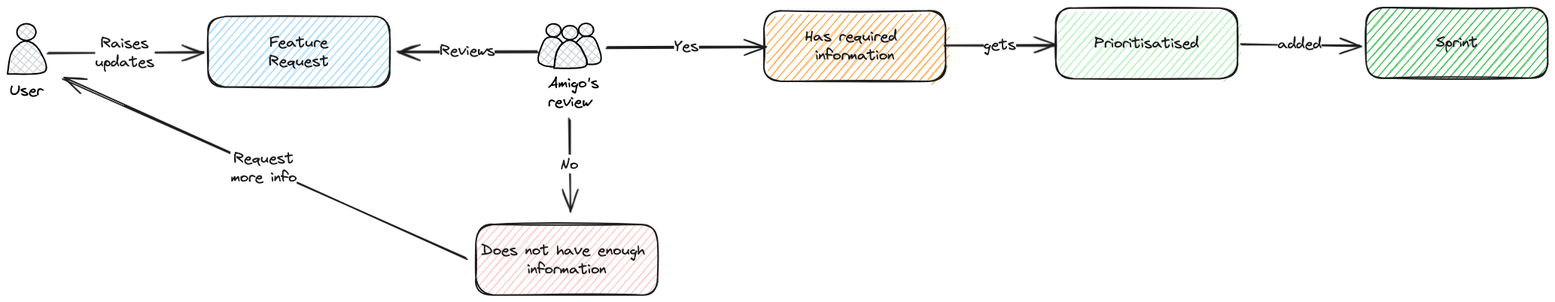
ministryofjustice/analytical-platform keeps this Excalidraw diagram as source/documentation/platform/team-processes/images/feature-request-flow.excalidraw.png. Above is the earlier version. Source tidied: one line per element, renumbered; positions are measured from the earlier drawing's top-left corner, leaving out a move shared by most shapes. Source of this version:
```json
{"id": 0, "type": "text", "text": "User", "strokeColor": "#000000", "backgroundColor": "white", "fillStyle": "solid", "strokeWidth": 1, "roughness": 1, "fontSize": 20, "fontFamily": 1, "x": 3, "y": 189, "width": 45, "height": 25}
{"id": 1, "type": "line", "strokeColor": "#000000", "backgroundColor": "#ced4da", "fillStyle": "cross-hatch", "strokeWidth": 2, "roughness": 0, "round": true, "x": 0, "y": 179, "width": 49, "height": 44, "points": [[0, 0], [6, -29], [24, -44], [42, -32], [49, -3], [0, 0]]}
{"id": 2, "type": "ellipse", "strokeColor": "#000000", "backgroundColor": "#ced4da", "fillStyle": "cross-hatch", "strokeWidth": 2, "roughness": 0, "x": 12, "y": 113, "width": 25, "height": 22}
{"id": 3, "type": "arrow", "strokeColor": "#1e1e1e", "strokeWidth": 2, "roughness": 1, "endArrowhead": "arrow", "round": true, "to": 5, "x": 53, "y": 153, "width": 206, "height": 3, "points": [[0, 0], [206, -3]]}
{"id": 4, "type": "text", "text": "Raises\nupdates", "strokeColor": "#1e1e1e", "strokeWidth": 2, "roughness": 1, "fontSize": 20, "fontFamily": 1, "textAlign": "center", "verticalAlign": "middle", "inside": 3, "x": 116, "y": 126, "width": 79, "height": 50}
{"id": 5, "type": "rectangle", "strokeColor": "#1e1e1e", "backgroundColor": "#a5d8ff", "fillStyle": "hachure", "strokeWidth": 2, "roughness": 1, "round": true, "x": 266, "y": 103, "width": 241, "height": 94}
{"id": 6, "type": "text", "text": "Feature\nRequest", "strokeColor": "#1e1e1e", "strokeWidth": 2, "roughness": 1, "fontSize": 20, "fontFamily": 1, "textAlign": "center", "verticalAlign": "middle", "inside": 5, "x": 347, "y": 125, "width": 80, "height": 50}
{"id": 7, "type": "rectangle", "strokeColor": "#1e1e1e", "backgroundColor": "#40c057", "fillStyle": "hachure", "strokeWidth": 2, "roughness": 1, "round": true, "x": 1805, "y": 91, "width": 241, "height": 94}
{"id": 8, "type": "text", "text": "Sprint", "strokeColor": "#1e1e1e", "strokeWidth": 2, "roughness": 1, "fontSize": 20, "fontFamily": 1, "textAlign": "center", "verticalAlign": "middle", "inside": 7, "x": 1898, "y": 126, "width": 56, "height": 25}
{"id": 9, "type": "text", "text": "Amigo's\nreview", "strokeColor": "#000000", "backgroundColor": "white", "fillStyle": "solid", "strokeWidth": 1, "roughness": 1, "fontSize": 20, "fontFamily": 1, "x": 718, "y": 179, "width": 67, "height": 50}
{"id": 10, "type": "ellipse", "strokeColor": "#000000", "backgroundColor": "#ced4da", "fillStyle": "cross-hatch", "strokeWidth": 2, "roughness": 0, "x": 759, "y": 112, "width": 20, "height": 17}
{"id": 11, "type": "ellipse", "strokeColor": "#000000", "backgroundColor": "#ced4da", "fillStyle": "cross-hatch", "strokeWidth": 2, "roughness": 0, "x": 716, "y": 113, "width": 20, "height": 17}
{"id": 12, "type": "line", "strokeColor": "#000000", "backgroundColor": "#ced4da", "fillStyle": "cross-hatch", "strokeWidth": 2, "roughness": 0, "round": true, "x": 726, "y": 172, "width": 42, "height": 37, "points": [[0, 0], [5, -25], [20, -37], [35, -27], [42, -3], [0, 0]]}
{"id": 13, "type": "ellipse", "strokeColor": "#000000", "backgroundColor": "#ced4da", "fillStyle": "cross-hatch", "strokeWidth": 2, "roughness": 0, "x": 737, "y": 115, "width": 21, "height": 19}
{"id": 14, "type": "line", "strokeColor": "#000000", "backgroundColor": "#ced4da", "fillStyle": "cross-hatch", "strokeWidth": 2, "roughness": 0, "round": true, "x": 755, "y": 138, "width": 33, "height": 37, "points": [[0, 0], [5, -6], [10, -8], [17, -9], [22, -8], [26, -4], [28, 2], [31, 8], [33, 14], [33, 20], [33, 25], [29, 27], [25, 28], [19, 29], [15, 28], [14, 22], [13, 19], [10, 13], [6, 6], [0, 0]]}
{"id": 15, "type": "line", "strokeColor": "#000000", "backgroundColor": "#ced4da", "fillStyle": "cross-hatch", "strokeWidth": 2, "roughness": 0, "round": true, "x": 737, "y": 138, "width": 32, "height": 39, "points": [[0, 0], [-4, -4], [-8, -7], [-16, -8], [-21, -6], [-25, -2], [-27, 3], [-29, 9], [-31, 16], [-32, 21], [-31, 26], [-28, 28], [-24, 30], [-18, 31], [-11, 31], [-10, 24], [-10, 21], [-8, 15], [-5, 7], [0, 0]]}
{"id": 16, "type": "arrow", "strokeColor": "#1e1e1e", "strokeWidth": 2, "roughness": 1, "endArrowhead": "arrow", "round": true, "to": 5, "x": 704, "y": 149, "width": 186, "height": 0, "points": [[0, 0], [-186, 0]]}
{"id": 17, "type": "text", "text": "Reviews", "strokeColor": "#1e1e1e", "strokeWidth": 2, "roughness": 1, "fontSize": 20, "fontFamily": 1, "textAlign": "center", "verticalAlign": "middle", "inside": 16, "x": 347, "y": 0, "width": 73, "height": 25}
{"id": 18, "type": "rectangle", "strokeColor": "#1e1e1e", "backgroundColor": "#b2f2bb", "fillStyle": "hachure", "strokeWidth": 2, "roughness": 1, "round": true, "x": 1393, "y": 92, "width": 241, "height": 94}
{"id": 19, "type": "text", "text": "Prioritisatised", "strokeColor": "#1e1e1e", "strokeWidth": 2, "roughness": 1, "fontSize": 20, "fontFamily": 1, "textAlign": "center", "verticalAlign": "middle", "inside": 18, "x": 1444, "y": 126, "width": 139, "height": 25}
{"id": 20, "type": "rectangle", "strokeColor": "#1e1e1e", "backgroundColor": "#ffa94d", "fillStyle": "hachure", "strokeWidth": 2, "roughness": 1, "round": true, "x": 1005, "y": 95, "width": 241, "height": 94}
{"id": 21, "type": "text", "text": "Has required \ninformation", "strokeColor": "#1e1e1e", "strokeWidth": 2, "roughness": 1, "fontSize": 20, "fontFamily": 1, "textAlign": "center", "verticalAlign": "middle", "inside": 20, "x": 1060, "y": 117, "width": 132, "height": 50}
{"id": 22, "type": "arrow", "strokeColor": "#1e1e1e", "strokeWidth": 2, "roughness": 1, "endArrowhead": "arrow", "round": true, "x": 796, "y": 143, "width": 212, "height": 1, "points": [[0, 0], [212, -1]]}
{"id": 23, "type": "text", "text": "Yes", "strokeColor": "#1e1e1e", "strokeWidth": 2, "roughness": 1, "fontSize": 20, "fontFamily": 1, "textAlign": "center", "verticalAlign": "middle", "inside": 22, "x": 568, "y": 141, "width": 32, "height": 25}
{"id": 24, "type": "rectangle", "strokeColor": "#1e1e1e", "backgroundColor": "#ffc9c9", "fillStyle": "hachure", "strokeWidth": 2, "roughness": 1, "round": true, "x": 622, "y": 379, "width": 241, "height": 94}
{"id": 25, "type": "text", "text": "Does not have enough \ninformation", "strokeColor": "#1e1e1e", "strokeWidth": 2, "roughness": 1, "fontSize": 20, "fontFamily": 1, "textAlign": "center", "verticalAlign": "middle", "inside": 24, "x": 629, "y": 401, "width": 227, "height": 50}
{"id": 26, "type": "arrow", "strokeColor": "#1e1e1e", "strokeWidth": 2, "roughness": 1, "endArrowhead": "arrow", "round": true, "from": 9, "to": 24, "x": 746, "y": 238, "width": 1, "height": 122, "points": [[0, 0], [1, 122]]}
{"id": 27, "type": "text", "text": "No", "strokeColor": "#1e1e1e", "strokeWidth": 2, "roughness": 1, "fontSize": 20, "fontFamily": 1, "textAlign": "center", "verticalAlign": "middle", "inside": 26, "x": 733, "y": 254, "width": 24, "height": 25}
{"id": 28, "type": "arrow", "strokeColor": "#1e1e1e", "strokeWidth": 2, "roughness": 1, "endArrowhead": "arrow", "round": true, "from": 24, "x": 608, "y": 423, "width": 535, "height": 239, "points": [[0, 0], [-535, -239]]}
{"id": 29, "type": "text", "text": "Request\nmore info", "strokeColor": "#1e1e1e", "strokeWidth": 2, "roughness": 1, "fontSize": 20, "fontFamily": 1, "textAlign": "center", "verticalAlign": "middle", "inside": 28, "x": 116, "y": 270, "width": 88, "height": 50}
{"id": 30, "type": "arrow", "strokeColor": "#1e1e1e", "strokeWidth": 2, "roughness": 1, "endArrowhead": "arrow", "round": true, "to": 18, "x": 1245, "y": 141, "width": 147, "height": 1, "points": [[0, 0], [147, 1]]}
{"id": 31, "type": "text", "text": "gets", "strokeColor": "#1e1e1e", "strokeWidth": 2, "roughness": 1, "fontSize": 20, "fontFamily": 1, "textAlign": "center", "verticalAlign": "middle", "inside": 30, "x": 1281, "y": 128, "width": 43, "height": 25}
{"id": 32, "type": "arrow", "strokeColor": "#1e1e1e", "strokeWidth": 2, "roughness": 1, "endArrowhead": "arrow", "round": true, "from": 18, "to": 7, "x": 1638, "y": 139, "width": 158, "height": 1, "points": [[0, 0], [158, 1]]}
{"id": 33, "type": "text", "text": "added", "strokeColor": "#1e1e1e", "strokeWidth": 2, "roughness": 1, "fontSize": 20, "fontFamily": 1, "textAlign": "center", "verticalAlign": "middle", "inside": 32, "x": 1687, "y": 127, "width": 58, "height": 25}
```
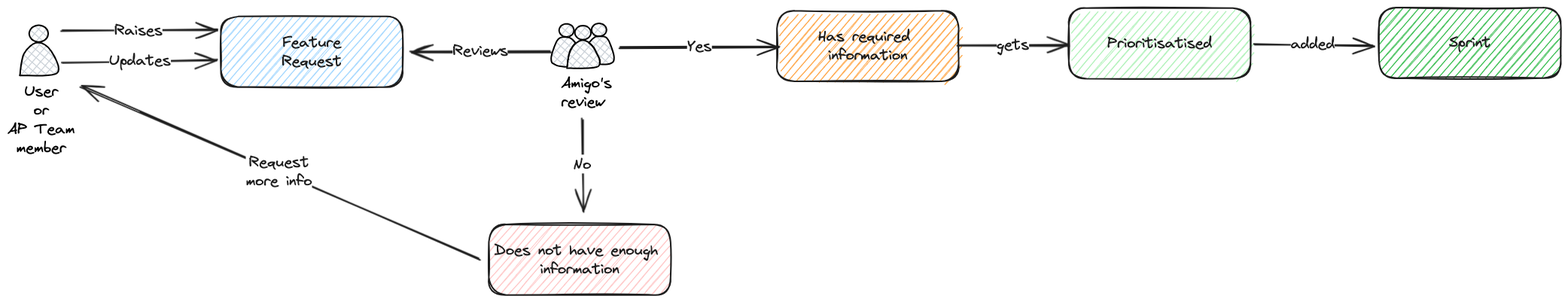
The same diagram one commit later.

The edit, as a diff of the source:
```diff
@@ -1,8 +1,8 @@
-{"id": 0, "type": "text", "text": "User", "strokeColor": "#000000", "backgroundColor": "white", "fillStyle": "solid", "strokeWidth": 1, "roughness": 1, "fontSize": 20, "fontFamily": 1, "x": 3, "y": 189, "width": 45, "height": 25}
+{"id": 0, "type": "text", "text": "User\nor\nAP Team\nmember", "strokeColor": "#000000", "backgroundColor": "white", "fillStyle": "solid", "strokeWidth": 1, "roughness": 1, "fontSize": 20, "fontFamily": 1, "textAlign": "center", "x": -17, "y": 190, "width": 89, "height": 100}
-{"id": 1, "type": "line", "strokeColor": "#000000", "backgroundColor": "#ced4da", "fillStyle": "cross-hatch", "strokeWidth": 2, "roughness": 0, "round": true, "x": 0, "y": 179, "width": 49, "height": 44, "points": [[0, 0], [6, -29], [24, -44], [42, -32], [49, -3], [0, 0]]}
+{"id": 1, "type": "line", "strokeColor": "#000000", "backgroundColor": "#ced4da", "fillStyle": "cross-hatch", "strokeWidth": 2, "roughness": 0, "round": true, "x": -1, "y": 181, "width": 49, "height": 44, "points": [[0, 0], [6, -29], [24, -44], [42, -32], [49, -3], [0, 0]]}
-{"id": 2, "type": "ellipse", "strokeColor": "#000000", "backgroundColor": "#ced4da", "fillStyle": "cross-hatch", "strokeWidth": 2, "roughness": 0, "x": 12, "y": 113, "width": 25, "height": 22}
+{"id": 2, "type": "ellipse", "strokeColor": "#000000", "backgroundColor": "#ced4da", "fillStyle": "cross-hatch", "strokeWidth": 2, "roughness": 0, "x": 12, "y": 115, "width": 25, "height": 22}
-{"id": 3, "type": "arrow", "strokeColor": "#1e1e1e", "strokeWidth": 2, "roughness": 1, "endArrowhead": "arrow", "round": true, "to": 5, "x": 53, "y": 153, "width": 206, "height": 3, "points": [[0, 0], [206, -3]]}
+{"id": 3, "type": "arrow", "strokeColor": "#1e1e1e", "strokeWidth": 2, "roughness": 1, "endArrowhead": "arrow", "round": true, "to": 5, "x": 54, "y": 123, "width": 206, "height": 3, "points": [[0, 0], [206, -3]]}
-{"id": 4, "type": "text", "text": "Raises\nupdates", "strokeColor": "#1e1e1e", "strokeWidth": 2, "roughness": 1, "fontSize": 20, "fontFamily": 1, "textAlign": "center", "verticalAlign": "middle", "inside": 3, "x": 116, "y": 126, "width": 79, "height": 50}
+{"id": 4, "type": "text", "text": "Raises", "strokeColor": "#1e1e1e", "strokeWidth": 2, "roughness": 1, "fontSize": 20, "fontFamily": 1, "textAlign": "center", "verticalAlign": "middle", "inside": 3, "x": 124, "y": 139, "width": 64, "height": 25}
 {"id": 5, "type": "rectangle", "strokeColor": "#1e1e1e", "backgroundColor": "#a5d8ff", "fillStyle": "hachure", "strokeWidth": 2, "roughness": 1, "round": true, "x": 266, "y": 103, "width": 241, "height": 94}
 {"id": 6, "type": "text", "text": "Feature\nRequest", "strokeColor": "#1e1e1e", "strokeWidth": 2, "roughness": 1, "fontSize": 20, "fontFamily": 1, "textAlign": "center", "verticalAlign": "middle", "inside": 5, "x": 347, "y": 125, "width": 80, "height": 50}
 {"id": 7, "type": "rectangle", "strokeColor": "#1e1e1e", "backgroundColor": "#40c057", "fillStyle": "hachure", "strokeWidth": 2, "roughness": 1, "round": true, "x": 1805, "y": 91, "width": 241, "height": 94}
@@ -26,9 +26,11 @@
 {"id": 25, "type": "text", "text": "Does not have enough \ninformation", "strokeColor": "#1e1e1e", "strokeWidth": 2, "roughness": 1, "fontSize": 20, "fontFamily": 1, "textAlign": "center", "verticalAlign": "middle", "inside": 24, "x": 629, "y": 401, "width": 227, "height": 50}
 {"id": 26, "type": "arrow", "strokeColor": "#1e1e1e", "strokeWidth": 2, "roughness": 1, "endArrowhead": "arrow", "round": true, "from": 9, "to": 24, "x": 746, "y": 238, "width": 1, "height": 122, "points": [[0, 0], [1, 122]]}
 {"id": 27, "type": "text", "text": "No", "strokeColor": "#1e1e1e", "strokeWidth": 2, "roughness": 1, "fontSize": 20, "fontFamily": 1, "textAlign": "center", "verticalAlign": "middle", "inside": 26, "x": 733, "y": 254, "width": 24, "height": 25}
-{"id": 28, "type": "arrow", "strokeColor": "#1e1e1e", "strokeWidth": 2, "roughness": 1, "endArrowhead": "arrow", "round": true, "from": 24, "x": 608, "y": 423, "width": 535, "height": 239, "points": [[0, 0], [-535, -239]]}
+{"id": 28, "type": "arrow", "strokeColor": "#1e1e1e", "strokeWidth": 2, "roughness": 1, "endArrowhead": "arrow", "round": true, "from": 24, "to": 0, "x": 608, "y": 424, "width": 529, "height": 229, "points": [[0, 0], [-529, -229]]}
 {"id": 29, "type": "text", "text": "Request\nmore info", "strokeColor": "#1e1e1e", "strokeWidth": 2, "roughness": 1, "fontSize": 20, "fontFamily": 1, "textAlign": "center", "verticalAlign": "middle", "inside": 28, "x": 116, "y": 270, "width": 88, "height": 50}
 {"id": 30, "type": "arrow", "strokeColor": "#1e1e1e", "strokeWidth": 2, "roughness": 1, "endArrowhead": "arrow", "round": true, "to": 18, "x": 1245, "y": 141, "width": 147, "height": 1, "points": [[0, 0], [147, 1]]}
 {"id": 31, "type": "text", "text": "gets", "strokeColor": "#1e1e1e", "strokeWidth": 2, "roughness": 1, "fontSize": 20, "fontFamily": 1, "textAlign": "center", "verticalAlign": "middle", "inside": 30, "x": 1281, "y": 128, "width": 43, "height": 25}
 {"id": 32, "type": "arrow", "strokeColor": "#1e1e1e", "strokeWidth": 2, "roughness": 1, "endArrowhead": "arrow", "round": true, "from": 18, "to": 7, "x": 1638, "y": 139, "width": 158, "height": 1, "points": [[0, 0], [158, 1]]}
 {"id": 33, "type": "text", "text": "added", "strokeColor": "#1e1e1e", "strokeWidth": 2, "roughness": 1, "fontSize": 20, "fontFamily": 1, "textAlign": "center", "verticalAlign": "middle", "inside": 32, "x": 1687, "y": 127, "width": 58, "height": 25}
+{"id": 34, "type": "arrow", "strokeColor": "#1e1e1e", "strokeWidth": 2, "roughness": 1, "endArrowhead": "arrow", "round": true, "to": 5, "x": 56, "y": 163, "width": 206, "height": 3, "points": [[0, 0], [206, -3]]}
+{"id": 35, "type": "text", "text": "Updates", "strokeColor": "#1e1e1e", "strokeWidth": 2, "roughness": 1, "fontSize": 20, "fontFamily": 1, "textAlign": "center", "verticalAlign": "middle", "inside": 34, "x": 97, "y": 339, "width": 82, "height": 25}
```
